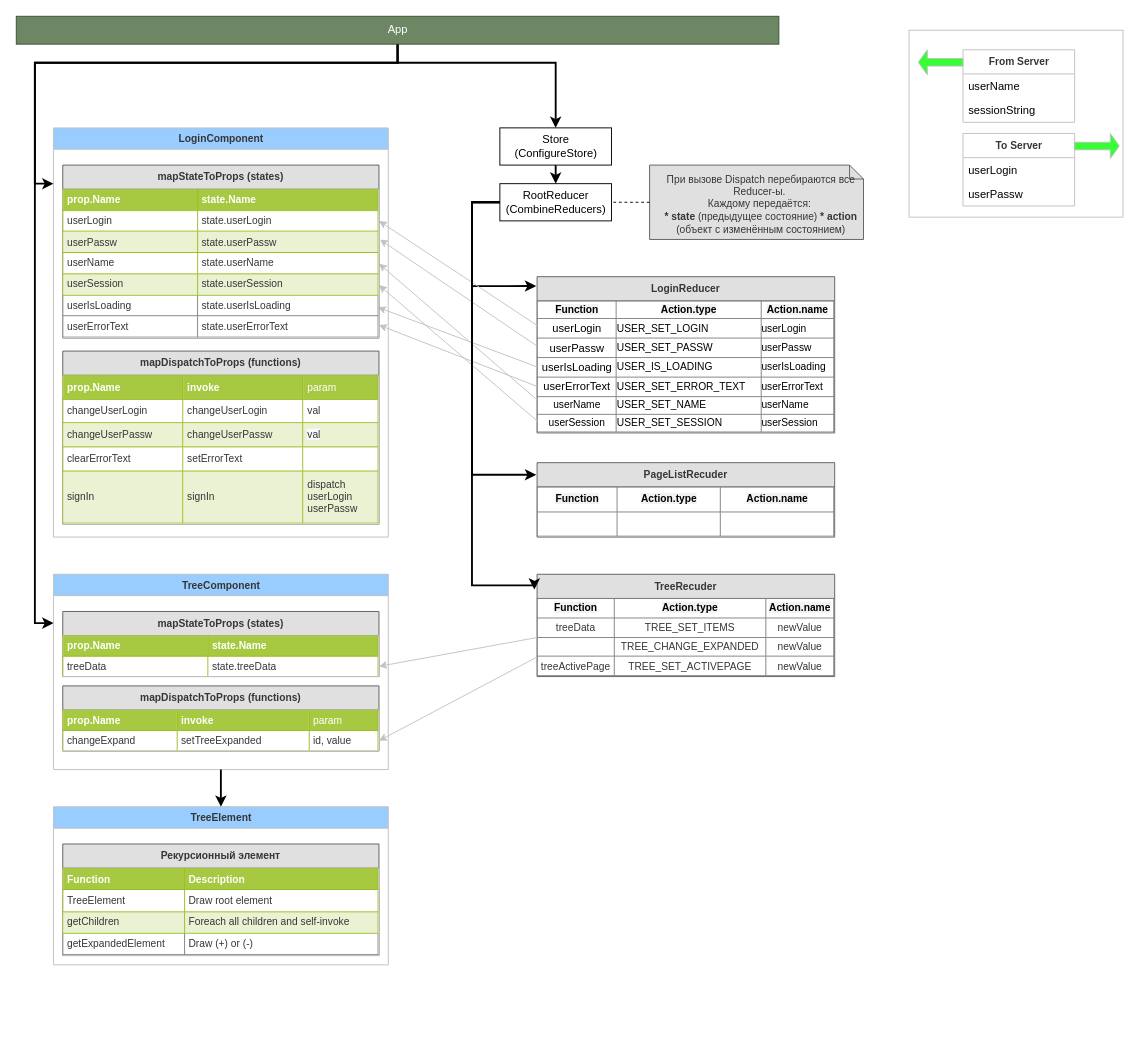
Earlier version of the draw.io diagram page "Page-1" (1 of 2) of scheme.drawio (alwertus/sitefront). Source tidied: cells renumbered, new cells numbered last; positions are measured from the earlier drawing's top-left corner, leaving out a move shared by most shapes. Both pictures are drawn from the tidied source at 93%, with x=0, y=0 at pixel (16, 16).
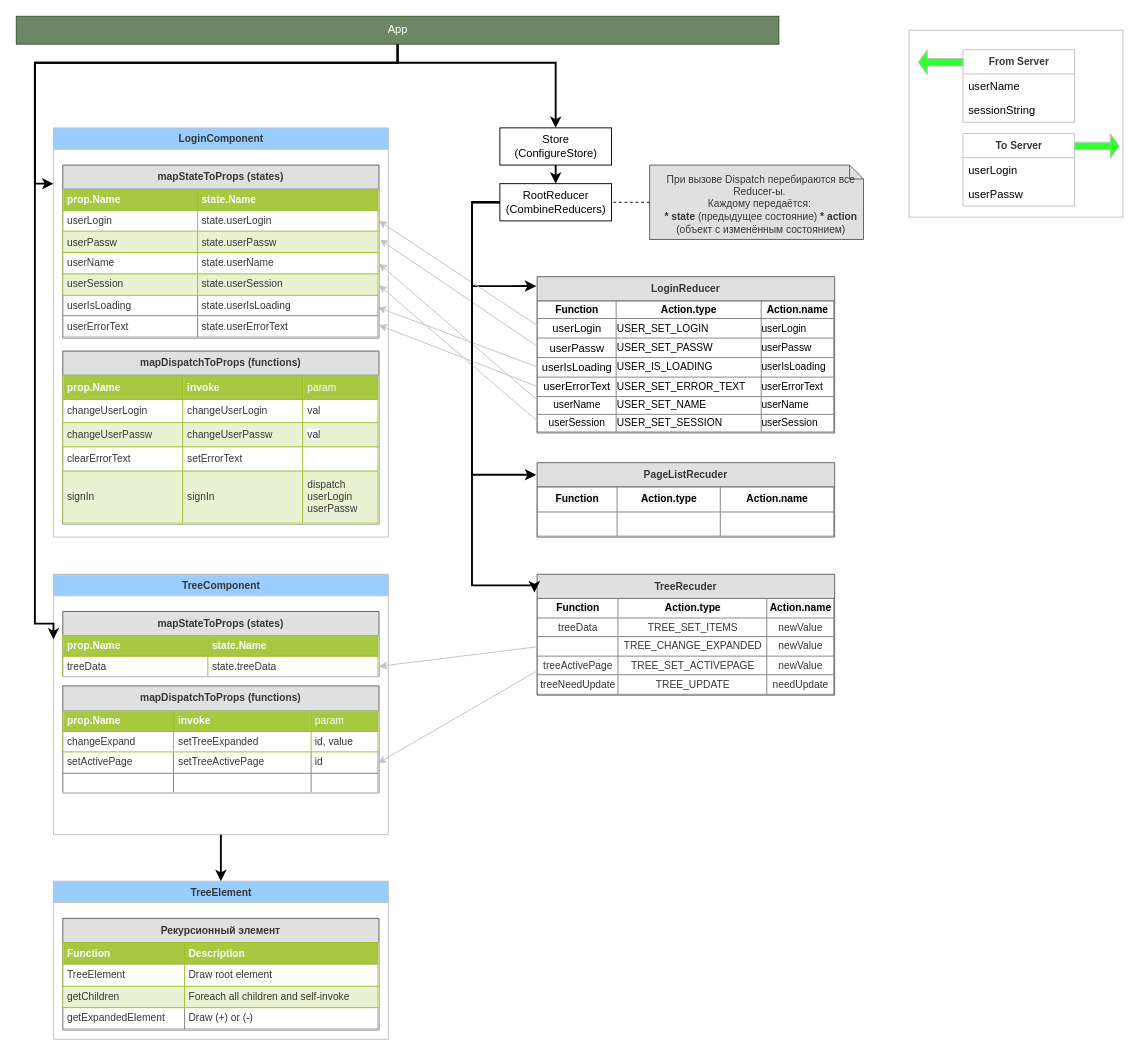
Above is the later version.

Diff of the diagram source:
```diff
@@
     <mxCell id="36" value="TreeComponent" style="swimlane;rounded=0;strokeColor=#c0c0c0;gradientColor=none;fontSize=11;fontColor=#363636;align=center;html=1;fillColor=#99CCFF;" parent="1" vertex="1">
-      <mxGeometry x="40" y="600" width="360" height="210" as="geometry" />
+      <mxGeometry x="40" y="600" width="360" height="280" as="geometry" />
     </mxCell>
@@
-    <mxCell id="39" value="mapDispatchToProps (functions)" style="swimlane;fontStyle=1;align=center;verticalAlign=top;horizontal=1;startSize=26;labelBackgroundColor=none;strokeColor=#5E5E5E;fillColor=#E0E0E0;fontSize=11;fontColor=#363636;html=0;" parent="36" vertex="1">
-      <mxGeometry x="10" y="120" width="340" height="70" as="geometry" />
+    <mxCell id="39" value="mapDispatchToProps (functions)" style="swimlane;fontStyle=1;align=center;verticalAlign=top;horizontal=1;startSize=27;labelBackgroundColor=none;strokeColor=#5E5E5E;fillColor=#E0E0E0;fontSize=11;fontColor=#363636;html=0;" parent="36" vertex="1">
+      <mxGeometry x="10" y="120" width="340" height="115" as="geometry" />
     </mxCell>
-    <mxCell id="40" value="&lt;table border=&quot;1&quot; width=&quot;100%&quot; cellpadding=&quot;4&quot; style=&quot;width: 100% ; height: 100% ; border-collapse: collapse&quot;&gt;&lt;tbody&gt;&lt;tr style=&quot;background-color: #a7c942 ; color: #ffffff ; border: 1px solid #98bf21&quot;&gt;&lt;th align=&quot;left&quot;&gt;prop.Name&lt;/th&gt;&lt;th align=&quot;left&quot;&gt;invoke&lt;/th&gt;&lt;td&gt;param&lt;/td&gt;&lt;/tr&gt;&lt;tr style=&quot;border: 1px solid #98bf21&quot;&gt;&lt;td&gt;changeExpand&lt;/td&gt;&lt;td&gt;setTreeExpanded&lt;/td&gt;&lt;td&gt;id, value&lt;/td&gt;&lt;/tr&gt;&lt;/tbody&gt;&lt;/table&gt;" style="text;html=1;strokeColor=#c0c0c0;fillColor=#ffffff;overflow=fill;rounded=0;labelBackgroundColor=none;fontSize=11;fontColor=#363636;align=left;" parent="39" vertex="1">
-      <mxGeometry y="26" width="340" height="44" as="geometry" />
+    <mxCell id="40" value="&lt;table border=&quot;1&quot; width=&quot;100%&quot; cellpadding=&quot;4&quot; style=&quot;width: 100% ; height: 100% ; border-collapse: collapse&quot;&gt;&lt;tbody&gt;&lt;tr style=&quot;background-color: #a7c942 ; color: #ffffff ; border: 1px solid #98bf21&quot;&gt;&lt;th align=&quot;left&quot;&gt;prop.Name&lt;/th&gt;&lt;th align=&quot;left&quot;&gt;invoke&lt;/th&gt;&lt;td&gt;param&lt;/td&gt;&lt;/tr&gt;&lt;tr style=&quot;border: 1px solid #98bf21&quot;&gt;&lt;td&gt;changeExpand&lt;/td&gt;&lt;td&gt;setTreeExpanded&lt;/td&gt;&lt;td&gt;id, value&lt;/td&gt;&lt;/tr&gt;&lt;tr&gt;&lt;td&gt;setActivePage&lt;br&gt;&lt;/td&gt;&lt;td&gt;setTreeActivePage&lt;br&gt;&lt;/td&gt;&lt;td&gt;id&lt;/td&gt;&lt;/tr&gt;&lt;tr&gt;&lt;td&gt;&lt;br&gt;&lt;/td&gt;&lt;td&gt;&lt;br&gt;&lt;/td&gt;&lt;td&gt;&lt;br&gt;&lt;/td&gt;&lt;/tr&gt;&lt;/tbody&gt;&lt;/table&gt;" style="text;html=1;strokeColor=#c0c0c0;fillColor=#ffffff;overflow=fill;rounded=0;labelBackgroundColor=none;fontSize=11;fontColor=#363636;align=left;" parent="39" vertex="1">
+      <mxGeometry y="27" width="340" height="88" as="geometry" />
     </mxCell>
     <mxCell id="41" value="TreeElement" style="swimlane;rounded=0;strokeColor=#c0c0c0;gradientColor=none;fontSize=11;fontColor=#363636;align=center;html=1;fillColor=#99CCFF;" parent="1" vertex="1">
-      <mxGeometry x="40" y="850" width="360" height="170" as="geometry" />
+      <mxGeometry x="40" y="930" width="360" height="170" as="geometry" />
     </mxCell>
@@
     <mxCell id="46" value="TreeRecuder" style="swimlane;fontStyle=1;align=center;verticalAlign=top;horizontal=1;startSize=26;labelBackgroundColor=none;strokeColor=#5E5E5E;fillColor=#E0E0E0;fontSize=11;fontColor=#363636;html=0;" parent="1" vertex="1">
-      <mxGeometry x="560" y="600" width="320" height="110" as="geometry" />
+      <mxGeometry x="560" y="600" width="320" height="130" as="geometry" />
     </mxCell>
-    <mxCell id="47" value="&lt;table border=&quot;1&quot; width=&quot;100%&quot; style=&quot;width: 100% ; height: 100% ; border-collapse: collapse&quot; cellpadding=&quot;0&quot; align=&quot;center&quot;&gt;&lt;tbody&gt;&lt;tr&gt;&lt;td style=&quot;text-align: center&quot;&gt;&lt;font color=&quot;#000000&quot;&gt;&lt;b style=&quot;background-color: rgb(242 , 242 , 242)&quot;&gt;Function&lt;/b&gt;&lt;/font&gt;&lt;/td&gt;&lt;td style=&quot;text-align: center&quot;&gt;&lt;font color=&quot;#000000&quot;&gt;&lt;b style=&quot;background-color: rgb(242 , 242 , 242)&quot;&gt;Action.type&lt;/b&gt;&lt;/font&gt;&lt;/td&gt;&lt;td style=&quot;text-align: center&quot;&gt;&lt;font color=&quot;#000000&quot;&gt;&lt;b style=&quot;background-color: rgb(242 , 242 , 242)&quot;&gt;Action.name&lt;/b&gt;&lt;/font&gt;&lt;/td&gt;&lt;/tr&gt;&lt;tr&gt;&lt;td align=&quot;center&quot; style=&quot;text-align: center&quot;&gt;treeData&lt;/td&gt;&lt;td align=&quot;center&quot; style=&quot;text-align: center&quot;&gt;TREE_SET_ITEMS&lt;/td&gt;&lt;td align=&quot;center&quot; style=&quot;text-align: center&quot;&gt;newValue&lt;br&gt;&lt;/td&gt;&lt;/tr&gt;&lt;tr&gt;&lt;td style=&quot;text-align: center&quot;&gt;&lt;br&gt;&lt;/td&gt;&lt;td style=&quot;text-align: center&quot;&gt;TREE_CHANGE_EXPANDED&lt;br&gt;&lt;/td&gt;&lt;td style=&quot;text-align: center&quot;&gt;newValue&lt;br&gt;&lt;/td&gt;&lt;/tr&gt;&lt;tr&gt;&lt;td style=&quot;text-align: center&quot;&gt;treeActivePage&lt;br&gt;&lt;/td&gt;&lt;td style=&quot;text-align: center&quot;&gt;TREE_SET_ACTIVEPAGE&lt;br&gt;&lt;/td&gt;&lt;td style=&quot;text-align: center&quot;&gt;newValue&lt;/td&gt;&lt;/tr&gt;&lt;/tbody&gt;&lt;/table&gt;" style="text;html=1;strokeColor=none;fillColor=none;overflow=fill;labelBackgroundColor=none;fontSize=11;fontColor=#363636;align=left;" parent="46" vertex="1">
-      <mxGeometry y="26" width="320" height="84" as="geometry" />
+    <mxCell id="47" value="&lt;table border=&quot;1&quot; width=&quot;100%&quot; style=&quot;width: 100% ; height: 100% ; border-collapse: collapse&quot; cellpadding=&quot;0&quot; align=&quot;center&quot;&gt;&lt;tbody&gt;&lt;tr&gt;&lt;td style=&quot;text-align: center&quot;&gt;&lt;font color=&quot;#000000&quot;&gt;&lt;b style=&quot;background-color: rgb(242 , 242 , 242)&quot;&gt;Function&lt;/b&gt;&lt;/font&gt;&lt;/td&gt;&lt;td style=&quot;text-align: center&quot;&gt;&lt;font color=&quot;#000000&quot;&gt;&lt;b style=&quot;background-color: rgb(242 , 242 , 242)&quot;&gt;Action.type&lt;/b&gt;&lt;/font&gt;&lt;/td&gt;&lt;td style=&quot;text-align: center&quot;&gt;&lt;font color=&quot;#000000&quot;&gt;&lt;b style=&quot;background-color: rgb(242 , 242 , 242)&quot;&gt;Action.name&lt;/b&gt;&lt;/font&gt;&lt;/td&gt;&lt;/tr&gt;&lt;tr&gt;&lt;td align=&quot;center&quot; style=&quot;text-align: center&quot;&gt;treeData&lt;/td&gt;&lt;td align=&quot;center&quot; style=&quot;text-align: center&quot;&gt;TREE_SET_ITEMS&lt;/td&gt;&lt;td align=&quot;center&quot; style=&quot;text-align: center&quot;&gt;newValue&lt;br&gt;&lt;/td&gt;&lt;/tr&gt;&lt;tr&gt;&lt;td style=&quot;text-align: center&quot;&gt;&lt;br&gt;&lt;/td&gt;&lt;td style=&quot;text-align: center&quot;&gt;TREE_CHANGE_EXPANDED&lt;br&gt;&lt;/td&gt;&lt;td style=&quot;text-align: center&quot;&gt;newValue&lt;br&gt;&lt;/td&gt;&lt;/tr&gt;&lt;tr&gt;&lt;td style=&quot;text-align: center&quot;&gt;treeActivePage&lt;br&gt;&lt;/td&gt;&lt;td style=&quot;text-align: center&quot;&gt;TREE_SET_ACTIVEPAGE&lt;br&gt;&lt;/td&gt;&lt;td style=&quot;text-align: center&quot;&gt;newValue&lt;/td&gt;&lt;/tr&gt;&lt;tr&gt;&lt;td style=&quot;text-align: center&quot;&gt;treeNeedUpdate&lt;br&gt;&lt;/td&gt;&lt;td style=&quot;text-align: center&quot;&gt;TREE_UPDATE&lt;br&gt;&lt;/td&gt;&lt;td style=&quot;text-align: center&quot;&gt;needUpdate&lt;br&gt;&lt;/td&gt;&lt;/tr&gt;&lt;/tbody&gt;&lt;/table&gt;" style="text;html=1;strokeColor=none;fillColor=none;overflow=fill;labelBackgroundColor=none;fontSize=11;fontColor=#363636;align=left;" parent="46" vertex="1">
+      <mxGeometry y="26" width="320" height="104" as="geometry" />
     </mxCell>
@@
-    <mxCell id="50" style="endArrow=classic;html=1;shadow=0;strokeWidth=1;fontSize=11;fontColor=#363636;entryX=1;entryY=0.75;entryDx=0;entryDy=0;strokeColor=#C2C2C2;exitX=0;exitY=0.75;exitDx=0;exitDy=0;" parent="1" edge="1" source="47" target="40">
+    <mxCell id="50" style="endArrow=classic;html=1;shadow=0;strokeWidth=1;fontSize=11;fontColor=#363636;entryX=0.997;entryY=0.636;entryDx=0;entryDy=0;strokeColor=#C2C2C2;exitX=0;exitY=0.75;exitDx=0;exitDy=0;entryPerimeter=0;" parent="1" edge="1" source="47" target="40">
       <mxGeometry relative="1" as="geometry" />
     </mxCell>
```
